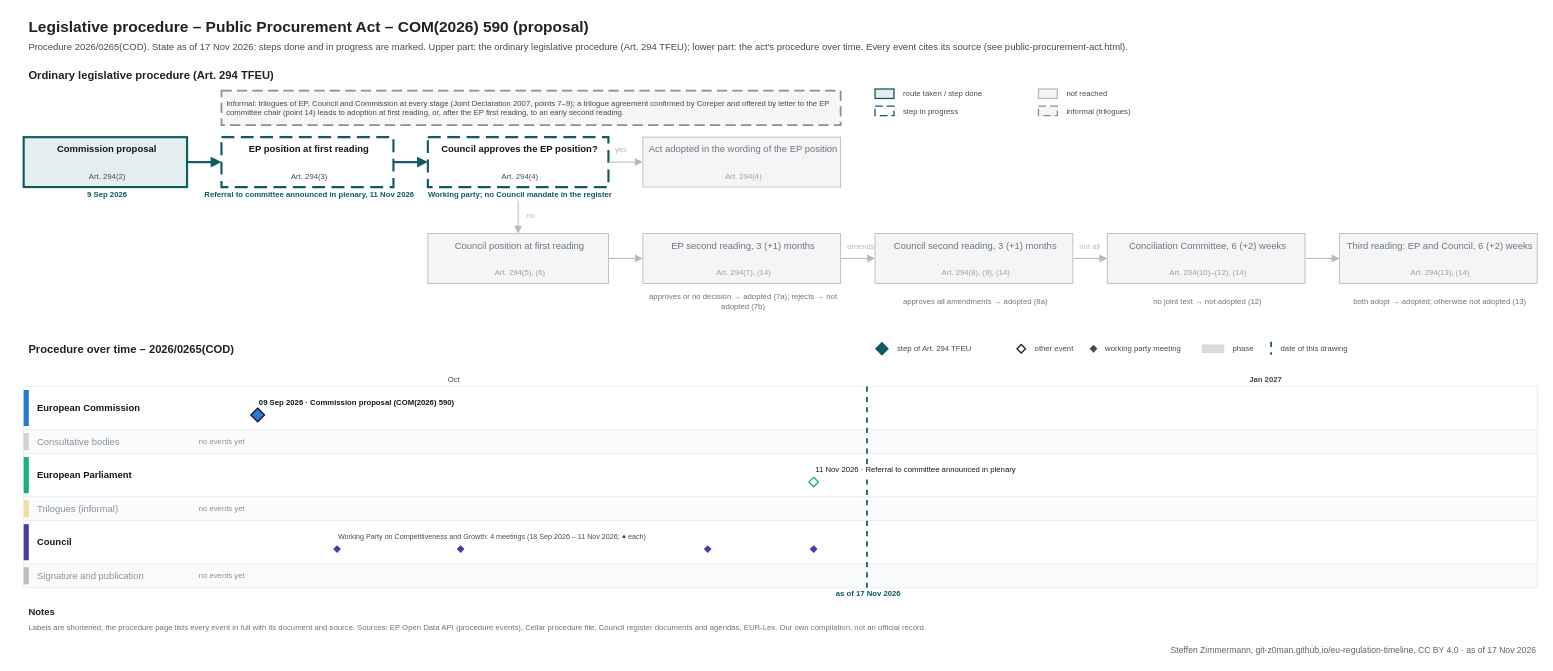
Above: procedures/public-procurement-act.drawio in git-z0man/eu-regulation-timeline (draw.io), before the change. Source tidied: cells renumbered, new cells numbered last; positions are measured from the earlier drawing's top-left corner, leaving out a move shared by most shapes. Both pictures are drawn from the tidied source at 86%, with x=0, y=0 at pixel (15, 15).
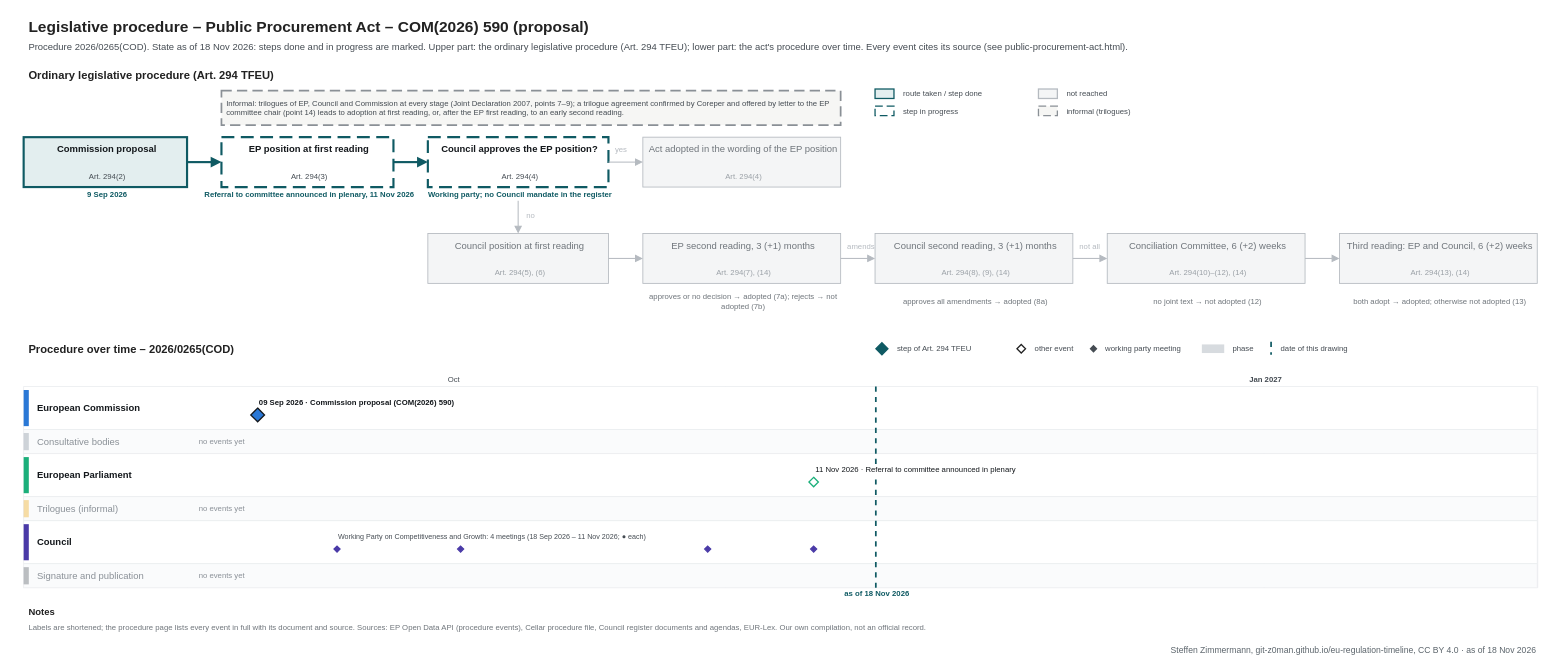
After the change.

Diff of the diagram source:
```diff
@@
-    <mxCell id="3" value="Procedure 2026/0265(COD). State as of 17 Nov 2026: steps done and in progress are marked. Upper part: the ordinary legislative procedure (Art. 294 TFEU); lower part: the act's procedure over time. Every event cites its source (see public-procurement-act.html)." style="text;html=1;fontSize=11;fontColor=#454c53;align=left;verticalAlign=middle;spacingLeft=4;" parent="1" vertex="1">
+    <mxCell id="3" value="Procedure 2026/0265(COD). State as of 18 Nov 2026: steps done and in progress are marked. Upper part: the ordinary legislative procedure (Art. 294 TFEU); lower part: the act's procedure over time. Every event cites its source (see public-procurement-act.html)." style="text;html=1;fontSize=11;fontColor=#454c53;align=left;verticalAlign=middle;spacingLeft=4;" parent="1" vertex="1">
       <mxGeometry x="10" y="28" width="1700" height="18" as="geometry" />
     </mxCell>
@@
     <mxCell id="101" style="line;html=1;strokeWidth=2;strokeColor=#0f5a63;direction=south;dashed=1;" parent="1" vertex="1">
-      <mxGeometry x="990.1" y="432" width="1" height="234" as="geometry" />
+      <mxGeometry x="1000.4" y="432" width="1" height="234" as="geometry" />
     </mxCell>
-    <mxCell id="102" value="as of 17 Nov 2026" style="text;html=1;fontSize=9;fontColor=#0f5a63;align=center;verticalAlign=middle;spacingLeft=4;fontStyle=1;" parent="1" vertex="1">
-      <mxGeometry x="930.1" y="667" width="120" height="12" as="geometry" />
+    <mxCell id="102" value="as of 18 Nov 2026" style="text;html=1;fontSize=9;fontColor=#0f5a63;align=center;verticalAlign=middle;spacingLeft=4;fontStyle=1;" parent="1" vertex="1">
+      <mxGeometry x="940.4" y="667" width="120" height="12" as="geometry" />
     </mxCell>
@@
-    <mxCell id="114" value="Steffen Zimmermann, git-z0man.github.io/eu-regulation-timeline, CC BY 4.0 · as of 17 Nov 2026" style="text;html=1;fontSize=10;fontColor=#5b646b;align=right;verticalAlign=middle;spacingLeft=4;" parent="1" vertex="1">
+    <mxCell id="114" value="Steffen Zimmermann, git-z0man.github.io/eu-regulation-timeline, CC BY 4.0 · as of 18 Nov 2026" style="text;html=1;fontSize=10;fontColor=#5b646b;align=right;verticalAlign=middle;spacingLeft=4;" parent="1" vertex="1">
       <mxGeometry x="10" y="730" width="1760" height="16" as="geometry" />
     </mxCell>
```
